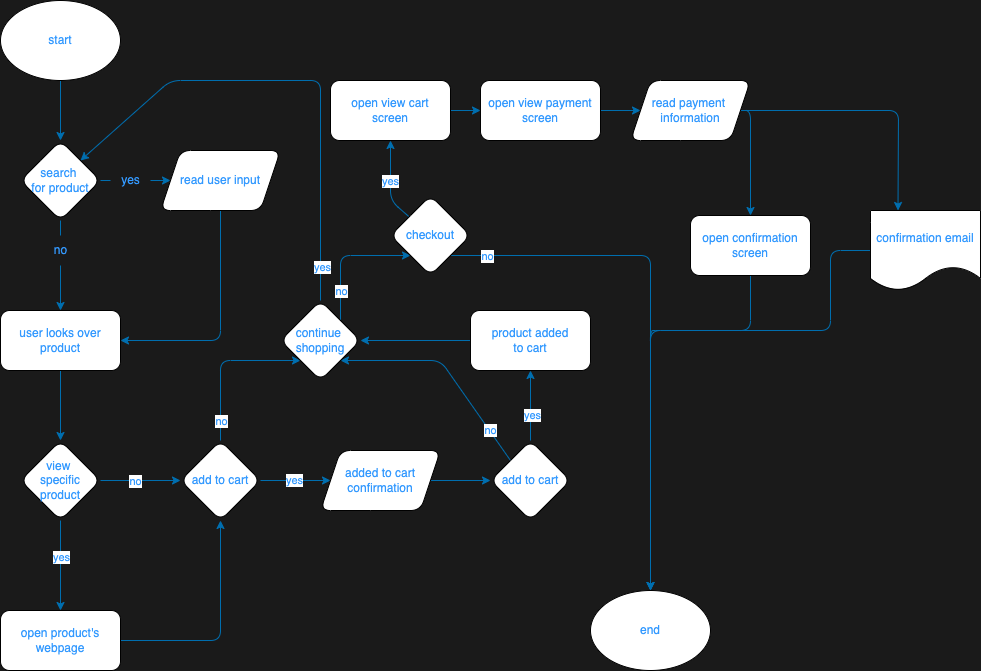
pthaha/CSE110-Lab4 keeps this draw.io diagram as explore/diagramming/diagram.drawio.png. Above is the earlier version. Source tidied: cells renumbered, new cells last; positions are measured from the earlier drawing's top-left corner, leaving out a move shared by most shapes.
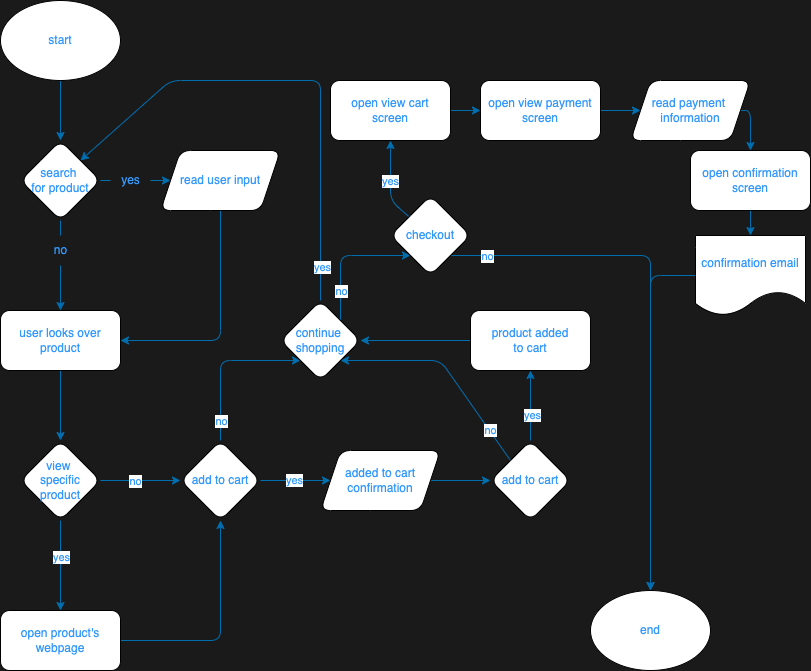
After the change.

Change to the diagram source:
```diff
@@ -196,41 +196,26 @@
         </Array>
       </mxGeometry>
     </mxCell>
-    <mxCell id="51" style="edgeStyle=none;html=1;entryX=0.25;entryY=0;entryDx=0;entryDy=0;fillColor=#1ba1e2;strokeColor=#006EAF;fontColor=#3399FF;rounded=1;" parent="1" edge="1" source="52" target="56">
-      <mxGeometry relative="1" as="geometry">
-        <Array as="points">
-          <mxPoint x="898" y="110" />
-        </Array>
-      </mxGeometry>
-    </mxCell>
     <mxCell id="52" value="read payment&amp;nbsp;&lt;br&gt;information" style="shape=parallelogram;perimeter=parallelogramPerimeter;whiteSpace=wrap;html=1;fixedSize=1;fontColor=#3399FF;rounded=1;" parent="1" vertex="1">
       <mxGeometry x="630" y="80" width="120" height="60" as="geometry" />
     </mxCell>
-    <mxCell id="53" style="edgeStyle=none;html=1;exitX=0.5;exitY=1;exitDx=0;exitDy=0;fillColor=#1ba1e2;strokeColor=#006EAF;fontColor=#3399FF;rounded=1;" parent="1" edge="1" source="54">
+    <mxCell id="53" style="edgeStyle=none;html=1;exitX=0;exitY=0.5;exitDx=0;exitDy=0;fillColor=#1ba1e2;strokeColor=#006EAF;fontColor=#3399FF;rounded=1;startArrow=none;" parent="1" edge="1" source="56">
       <mxGeometry relative="1" as="geometry">
         <mxPoint x="650" y="590" as="targetPoint" />
         <Array as="points">
-          <mxPoint x="750" y="330" />
-          <mxPoint x="660" y="330" />
+          <mxPoint x="650" y="275" />
           <mxPoint x="650" y="330" />
         </Array>
       </mxGeometry>
     </mxCell>
+    <mxCell id="57" style="edgeStyle=none;html=1;exitX=0.5;exitY=1;exitDx=0;exitDy=0;entryX=0.5;entryY=0;entryDx=0;entryDy=0;fillColor=#1ba1e2;strokeColor=#006EAF;" parent="1" edge="1" source="54" target="56">
+      <mxGeometry relative="1" as="geometry" />
+    </mxCell>
     <mxCell id="54" value="open confirmation&lt;br&gt;screen" style="whiteSpace=wrap;html=1;fontColor=#3399FF;rounded=1;" parent="1" vertex="1">
-      <mxGeometry x="690" y="215" width="120" height="60" as="geometry" />
+      <mxGeometry x="690" y="150" width="120" height="60" as="geometry" />
     </mxCell>
-    <mxCell id="55" style="edgeStyle=none;html=1;exitX=0;exitY=0.5;exitDx=0;exitDy=0;fillColor=#1ba1e2;strokeColor=#006EAF;fontColor=#3399FF;rounded=1;" parent="1" edge="1" source="56">
-      <mxGeometry relative="1" as="geometry">
-        <mxPoint x="650" y="590" as="targetPoint" />
-        <Array as="points">
-          <mxPoint x="830" y="250" />
-          <mxPoint x="830" y="330" />
-          <mxPoint x="650" y="330" />
-        </Array>
-      </mxGeometry>
-    </mxCell>
     <mxCell id="56" value="confirmation email" style="shape=document;whiteSpace=wrap;html=1;boundedLbl=1;fontColor=#3399FF;rounded=1;" parent="1" vertex="1">
-      <mxGeometry x="870" y="210" width="110" height="80" as="geometry" />
+      <mxGeometry x="695" y="235" width="110" height="80" as="geometry" />
     </mxCell>
   </root>
 </mxGraphModel>
```
